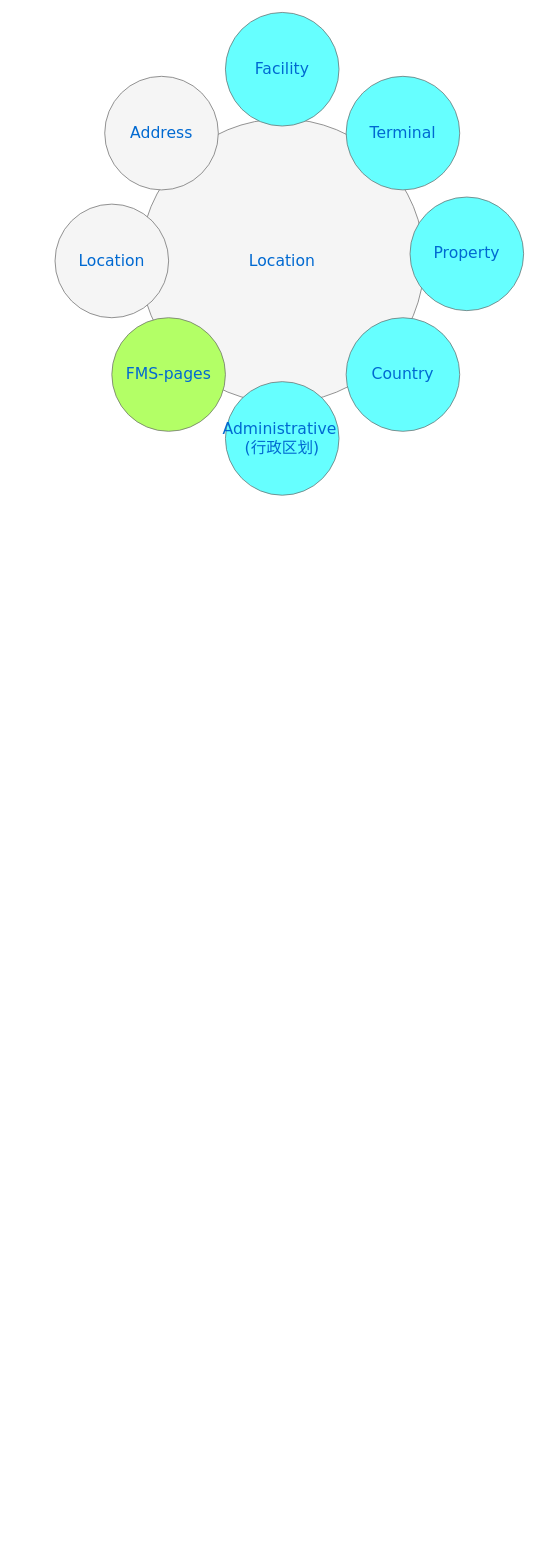
Above: public-module/location/Untitled Diagram.drawio in 316189693/drawio (draw.io), before the change. Source tidied: cells renumbered, new cells numbered last; positions are measured from the earlier drawing's top-left corner, leaving out a move shared by most shapes. Both pictures are drawn from the tidied source at 71%, with x=0, y=0 at pixel (55, 12).
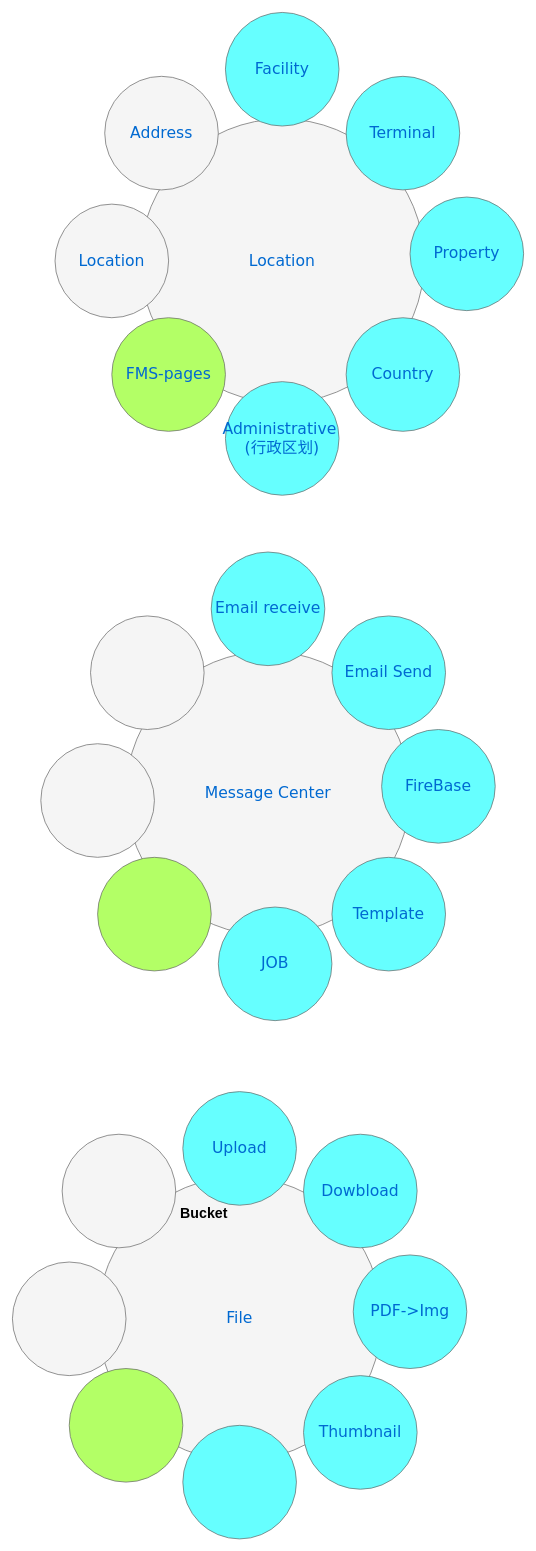
The same diagram, later.

The edit, as a diff of the source:
```diff
@@
+    <mxCell id="11" value="Message Center" style="ellipse;whiteSpace=wrap;html=1;rounded=0;shadow=0;dashed=0;comic=0;fontFamily=Verdana;fontSize=22;fontColor=#0069D1;fillColor=#f5f5f5;strokeColor=#666666;" parent="1" vertex="1">
+      <mxGeometry x="100" y="900" width="400" height="400" as="geometry" />
+    </mxCell>
+    <mxCell id="12" value="Email receive" style="ellipse;whiteSpace=wrap;html=1;rounded=0;shadow=0;dashed=0;comic=0;fontFamily=Verdana;fontSize=22;fontColor=#0069D1;fillColor=#66FFFF;strokeColor=#666666;" parent="1" vertex="1">
+      <mxGeometry x="220" y="760" width="160" height="160" as="geometry" />
+    </mxCell>
+    <mxCell id="13" value="JOB" style="ellipse;whiteSpace=wrap;html=1;rounded=0;shadow=0;dashed=0;comic=0;fontFamily=Verdana;fontSize=22;fontColor=#0069D1;fillColor=#66FFFF;strokeColor=#666666;" parent="1" vertex="1">
+      <mxGeometry x="230" y="1260" width="160" height="160" as="geometry" />
+    </mxCell>
+    <mxCell id="14" value="FireBase" style="ellipse;whiteSpace=wrap;html=1;rounded=0;shadow=0;dashed=0;comic=0;fontFamily=Verdana;fontSize=22;fontColor=#0069D1;fillColor=#66FFFF;strokeColor=#666666;" parent="1" vertex="1">
+      <mxGeometry x="460" y="1010" width="160" height="160" as="geometry" />
+    </mxCell>
+    <mxCell id="15" style="ellipse;whiteSpace=wrap;html=1;rounded=0;shadow=0;dashed=0;comic=0;fontFamily=Verdana;fontSize=22;fontColor=#0069D1;fillColor=#B3FF66;strokeColor=#666666;" parent="1" vertex="1">
+      <mxGeometry x="60" y="1190" width="160" height="160" as="geometry" />
+    </mxCell>
+    <mxCell id="16" style="ellipse;whiteSpace=wrap;html=1;rounded=0;shadow=0;dashed=0;comic=0;fontFamily=Verdana;fontSize=22;fontColor=#0069D1;fillColor=#f5f5f5;strokeColor=#666666;" parent="1" vertex="1">
+      <mxGeometry x="50" y="850" width="160" height="160" as="geometry" />
+    </mxCell>
+    <mxCell id="17" value="Email Send" style="ellipse;whiteSpace=wrap;html=1;rounded=0;shadow=0;dashed=0;comic=0;fontFamily=Verdana;fontSize=22;fontColor=#0069D1;fillColor=#66FFFF;strokeColor=#666666;" parent="1" vertex="1">
+      <mxGeometry x="390" y="850" width="160" height="160" as="geometry" />
+    </mxCell>
+    <mxCell id="18" value="Template" style="ellipse;whiteSpace=wrap;html=1;rounded=0;shadow=0;dashed=0;comic=0;fontFamily=Verdana;fontSize=22;fontColor=#0069D1;fillColor=#66FFFF;strokeColor=#666666;" parent="1" vertex="1">
+      <mxGeometry x="390" y="1190" width="160" height="160" as="geometry" />
+    </mxCell>
+    <mxCell id="19" style="ellipse;whiteSpace=wrap;html=1;rounded=0;shadow=0;dashed=0;comic=0;fontFamily=Verdana;fontSize=22;fontColor=#0069D1;fillColor=#f5f5f5;strokeColor=#666666;" parent="1" vertex="1">
+      <mxGeometry x="-20" y="1030" width="160" height="160" as="geometry" />
+    </mxCell>
+    <mxCell id="20" value="File" style="ellipse;whiteSpace=wrap;html=1;rounded=0;shadow=0;dashed=0;comic=0;fontFamily=Verdana;fontSize=22;fontColor=#0069D1;fillColor=#f5f5f5;strokeColor=#666666;" parent="1" vertex="1">
+      <mxGeometry x="60" y="1640" width="400" height="400" as="geometry" />
+    </mxCell>
+    <mxCell id="21" value="Upload" style="ellipse;whiteSpace=wrap;html=1;rounded=0;shadow=0;dashed=0;comic=0;fontFamily=Verdana;fontSize=22;fontColor=#0069D1;fillColor=#66FFFF;strokeColor=#666666;" parent="1" vertex="1">
+      <mxGeometry x="180" y="1520" width="160" height="160" as="geometry" />
+    </mxCell>
+    <mxCell id="22" style="ellipse;whiteSpace=wrap;html=1;rounded=0;shadow=0;dashed=0;comic=0;fontFamily=Verdana;fontSize=22;fontColor=#0069D1;fillColor=#66FFFF;strokeColor=#666666;" parent="1" vertex="1">
+      <mxGeometry x="180" y="1990" width="160" height="160" as="geometry" />
+    </mxCell>
+    <mxCell id="23" value="PDF-&amp;gt;Img" style="ellipse;whiteSpace=wrap;html=1;rounded=0;shadow=0;dashed=0;comic=0;fontFamily=Verdana;fontSize=22;fontColor=#0069D1;fillColor=#66FFFF;strokeColor=#666666;" parent="1" vertex="1">
+      <mxGeometry x="420" y="1750" width="160" height="160" as="geometry" />
+    </mxCell>
+    <mxCell id="24" style="ellipse;whiteSpace=wrap;html=1;rounded=0;shadow=0;dashed=0;comic=0;fontFamily=Verdana;fontSize=22;fontColor=#0069D1;fillColor=#B3FF66;strokeColor=#666666;" parent="1" vertex="1">
+      <mxGeometry x="20" y="1910" width="160" height="160" as="geometry" />
+    </mxCell>
+    <mxCell id="25" style="ellipse;whiteSpace=wrap;html=1;rounded=0;shadow=0;dashed=0;comic=0;fontFamily=Verdana;fontSize=22;fontColor=#0069D1;fillColor=#f5f5f5;strokeColor=#666666;" parent="1" vertex="1">
+      <mxGeometry x="10" y="1580" width="160" height="160" as="geometry" />
+    </mxCell>
+    <mxCell id="26" value="Dowbload" style="ellipse;whiteSpace=wrap;html=1;rounded=0;shadow=0;dashed=0;comic=0;fontFamily=Verdana;fontSize=22;fontColor=#0069D1;fillColor=#66FFFF;strokeColor=#666666;" parent="1" vertex="1">
+      <mxGeometry x="350" y="1580" width="160" height="160" as="geometry" />
+    </mxCell>
+    <mxCell id="27" value="Thumbnail" style="ellipse;whiteSpace=wrap;html=1;rounded=0;shadow=0;dashed=0;comic=0;fontFamily=Verdana;fontSize=22;fontColor=#0069D1;fillColor=#66FFFF;strokeColor=#666666;" parent="1" vertex="1">
+      <mxGeometry x="350" y="1920" width="160" height="160" as="geometry" />
+    </mxCell>
+    <mxCell id="28" style="ellipse;whiteSpace=wrap;html=1;rounded=0;shadow=0;dashed=0;comic=0;fontFamily=Verdana;fontSize=22;fontColor=#0069D1;fillColor=#f5f5f5;strokeColor=#666666;" parent="1" vertex="1">
+      <mxGeometry x="-60" y="1760" width="160" height="160" as="geometry" />
+    </mxCell>
+    <mxCell id="29" value="Bucket" style="text;html=1;align=center;verticalAlign=middle;whiteSpace=wrap;rounded=0;fontStyle=1;fontSize=20;" parent="1" vertex="1">
+      <mxGeometry x="180" y="1675" width="60" height="30" as="geometry" />
+    </mxCell>
```
